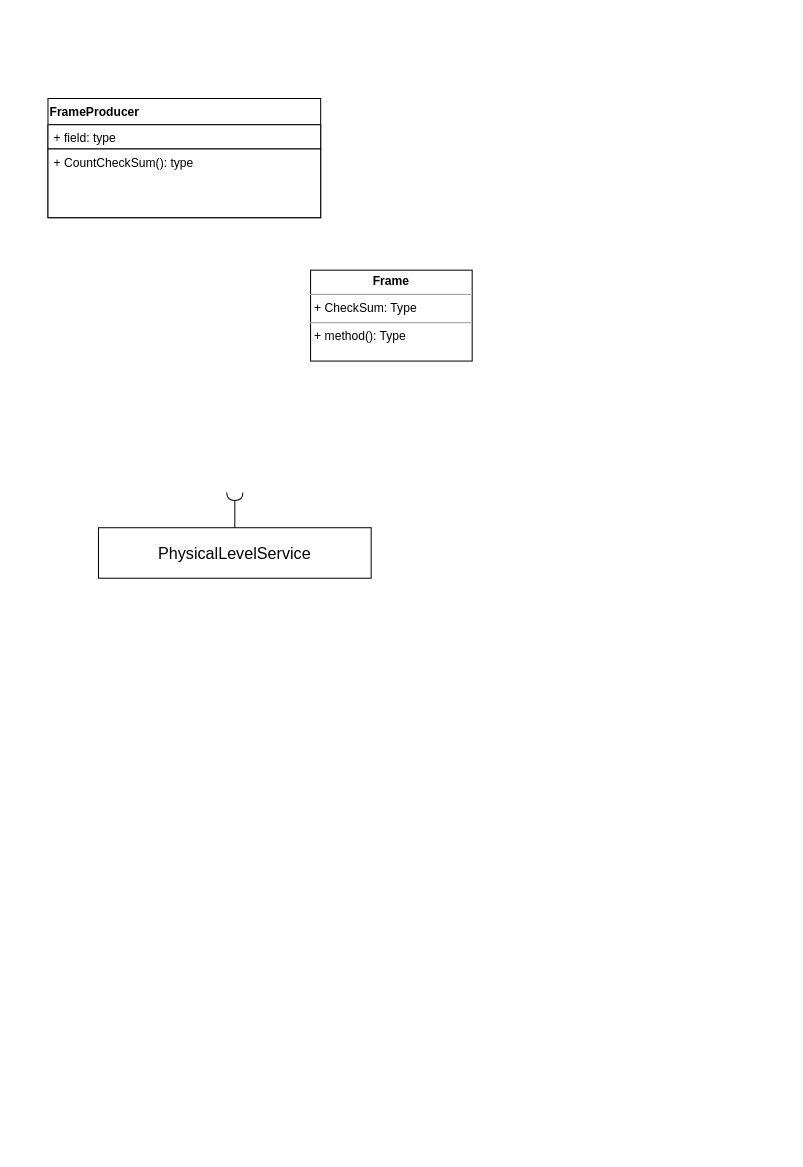
Above: channel_level_model.drawio in bleachbirch/nets (draw.io), before the change. Source tidied: cells renumbered, new cells numbered last; positions are measured from the earlier drawing's top-left corner, leaving out a move shared by most shapes. Both pictures are drawn from the tidied source at 101%, with x=0, y=0 at pixel (47, 98).
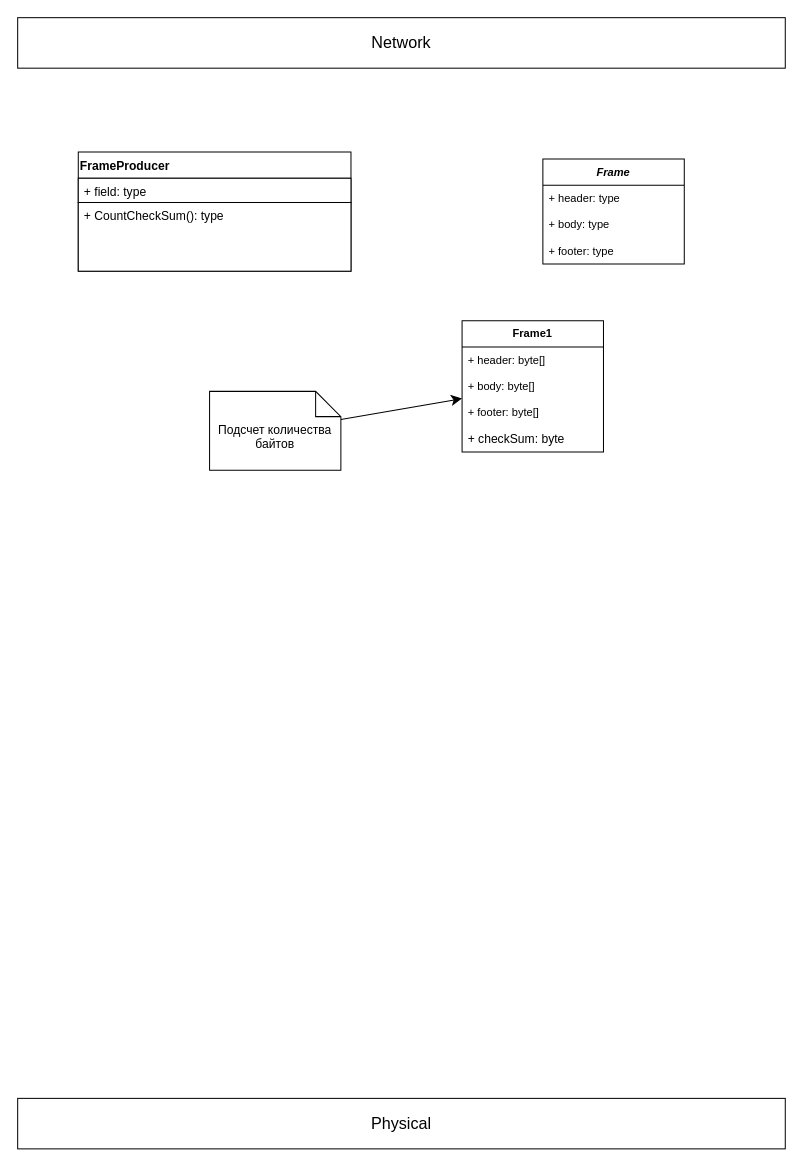
The same page after the edit.

Commit message:
edit channel model

Change to the diagram source:
```diff
@@
 <mxGraphModel>
   <root>
     <mxCell id="0" />
     <mxCell id="1" parent="0" />
     <mxCell id="2" value="FrameProducer" style="swimlane;fontStyle=1;align=left;verticalAlign=top;horizontal=1;startSize=26;whiteSpace=wrap;html=1;fontSize=12;" parent="1" vertex="1">
-      <mxGeometry width="270" height="118" as="geometry" />
+      <mxGeometry x="30" y="53" width="270" height="118" as="geometry" />
     </mxCell>
     <mxCell id="3" value="+ field: type" style="text;strokeColor=default;fillColor=default;align=left;verticalAlign=top;spacingLeft=4;spacingRight=4;overflow=hidden;whiteSpace=wrap;html=1;fontSize=12;" parent="2" vertex="1">
       <mxGeometry y="26" width="270" height="24" as="geometry" />
     </mxCell>
     <mxCell id="4" value="+ CountCheckSum(): type" style="text;strokeColor=default;fillColor=default;align=left;verticalAlign=top;spacingLeft=4;spacingRight=4;overflow=hidden;whiteSpace=wrap;html=1;fontSize=12;" parent="2" vertex="1">
       <mxGeometry y="50" width="270" height="68" as="geometry" />
     </mxCell>
-    <mxCell id="5" value="PhysicalLevelService" style="html=1;whiteSpace=wrap;fontSize=16;" parent="1" vertex="1">
-      <mxGeometry x="50" y="425" width="270" height="50" as="geometry" />
+    <mxCell id="5" value="Physical" style="html=1;whiteSpace=wrap;fontSize=16;" parent="1" vertex="1">
+      <mxGeometry x="-30" y="990" width="760" height="50" as="geometry" />
     </mxCell>
-    <mxCell id="6" style="rounded=0;jettySize=auto;html=1;endArrow=halfCircle;endFill=0;endSize=6;strokeWidth=1;sketch=0;fontSize=12;curved=1;exitX=0.5;exitY=0;exitDx=0;exitDy=0;" parent="1" edge="1" source="5">
-      <mxGeometry relative="1" as="geometry">
-        <mxPoint x="185" y="390" as="targetPoint" />
-      </mxGeometry>
-    </mxCell>
-    <mxCell id="7" style="ellipse;whiteSpace=wrap;html=1;align=center;fillColor=none;strokeColor=none;perimeter=centerPerimeter;fontSize=16;" parent="1" vertex="1">
+    <mxCell id="7" style="ellipse;whiteSpace=wrap;html=1;align=center;fillColor=none;strokeColor=none;perimeter=centerPerimeter;fontSize=11;" parent="1" vertex="1">
       <mxGeometry x="330" y="210" width="10" height="10" as="geometry" />
     </mxCell>
-    <mxCell id="8" value="&lt;p style=&quot;margin:0px;margin-top:4px;text-align:center;&quot;&gt;&lt;b&gt;Frame&lt;/b&gt;&lt;/p&gt;&lt;hr size=&quot;1&quot;&gt;&lt;p style=&quot;margin:0px;margin-left:4px;&quot;&gt;+ CheckSum: Type&lt;/p&gt;&lt;hr size=&quot;1&quot;&gt;&lt;p style=&quot;margin:0px;margin-left:4px;&quot;&gt;+ method(): Type&lt;/p&gt;" style="verticalAlign=top;align=left;overflow=fill;fontSize=12;fontFamily=Helvetica;html=1;whiteSpace=wrap;" parent="1" vertex="1">
-      <mxGeometry x="260" y="170" width="160" height="90" as="geometry" />
-    </mxCell>
+    <mxCell id="9" value="Network" style="html=1;whiteSpace=wrap;fontSize=16;" parent="1" vertex="1">
+      <mxGeometry x="-30" y="-80" width="760" height="50" as="geometry" />
+    </mxCell>
+    <mxCell id="10" value="&lt;b style=&quot;font-size: 11px;&quot;&gt;&lt;i style=&quot;font-size: 11px;&quot;&gt;Frame&lt;/i&gt;&lt;/b&gt;" style="swimlane;fontStyle=0;horizontal=1;startSize=26;fillColor=none;whiteSpace=wrap;html=1;fontSize=11;" parent="1" vertex="1">
+      <mxGeometry x="490" y="60" width="140" height="104" as="geometry" />
+    </mxCell>
+    <mxCell id="11" value="+ header: type" style="text;strokeColor=none;fillColor=none;align=left;verticalAlign=top;spacingLeft=4;spacingRight=4;overflow=hidden;whiteSpace=wrap;html=1;fontSize=11;" parent="10" vertex="1">
+      <mxGeometry y="26" width="140" height="26" as="geometry" />
+    </mxCell>
+    <mxCell id="12" value="+ body: type" style="text;strokeColor=none;fillColor=none;align=left;verticalAlign=top;spacingLeft=4;spacingRight=4;overflow=hidden;whiteSpace=wrap;html=1;fontSize=11;" parent="10" vertex="1">
+      <mxGeometry y="52" width="140" height="26" as="geometry" />
+    </mxCell>
+    <mxCell id="13" value="+ footer: type" style="text;strokeColor=none;fillColor=none;align=left;verticalAlign=top;spacingLeft=4;spacingRight=4;overflow=hidden;whiteSpace=wrap;html=1;fontSize=11;" parent="10" vertex="1">
+      <mxGeometry y="78" width="140" height="26" as="geometry" />
+    </mxCell>
+    <mxCell id="14" value="&lt;b&gt;Frame1&lt;/b&gt;" style="swimlane;fontStyle=0;horizontal=1;startSize=26;fillColor=none;whiteSpace=wrap;html=1;fontSize=11;" parent="1" vertex="1">
+      <mxGeometry x="410" y="220" width="140" height="130" as="geometry" />
+    </mxCell>
+    <mxCell id="15" value="+ header: byte[]" style="text;strokeColor=none;fillColor=none;align=left;verticalAlign=top;spacingLeft=4;spacingRight=4;overflow=hidden;whiteSpace=wrap;html=1;fontSize=11;" parent="14" vertex="1">
+      <mxGeometry y="26" width="140" height="26" as="geometry" />
+    </mxCell>
+    <mxCell id="16" value="+ body: byte[]" style="text;strokeColor=none;fillColor=none;align=left;verticalAlign=top;spacingLeft=4;spacingRight=4;overflow=hidden;whiteSpace=wrap;html=1;fontSize=11;" parent="14" vertex="1">
+      <mxGeometry y="52" width="140" height="26" as="geometry" />
+    </mxCell>
+    <mxCell id="17" value="+ footer: byte[]" style="text;strokeColor=none;fillColor=none;align=left;verticalAlign=top;spacingLeft=4;spacingRight=4;overflow=hidden;whiteSpace=wrap;html=1;fontSize=11;" parent="14" vertex="1">
+      <mxGeometry y="78" width="140" height="26" as="geometry" />
+    </mxCell>
+    <mxCell id="18" value="+ checkSum: byte" style="text;strokeColor=none;fillColor=none;align=left;verticalAlign=top;spacingLeft=4;spacingRight=4;overflow=hidden;whiteSpace=wrap;html=1;fontSize=12;" parent="14" vertex="1">
+      <mxGeometry y="104" width="140" height="26" as="geometry" />
+    </mxCell>
+    <mxCell id="19" style="edgeStyle=none;curved=1;rounded=0;jettySize=auto;html=1;fontSize=12;startSize=8;endSize=8;" parent="1" edge="1" source="20" target="14">
+      <mxGeometry relative="1" as="geometry" />
+    </mxCell>
+    <mxCell id="20" value="Подсчет количества байтов" style="shape=note2;boundedLbl=1;whiteSpace=wrap;html=1;size=25;verticalAlign=top;align=center;fontSize=12;" parent="1" vertex="1">
+      <mxGeometry x="160" y="290" width="130" height="78" as="geometry" />
+    </mxCell>
   </root>
 </mxGraphModel>
```
